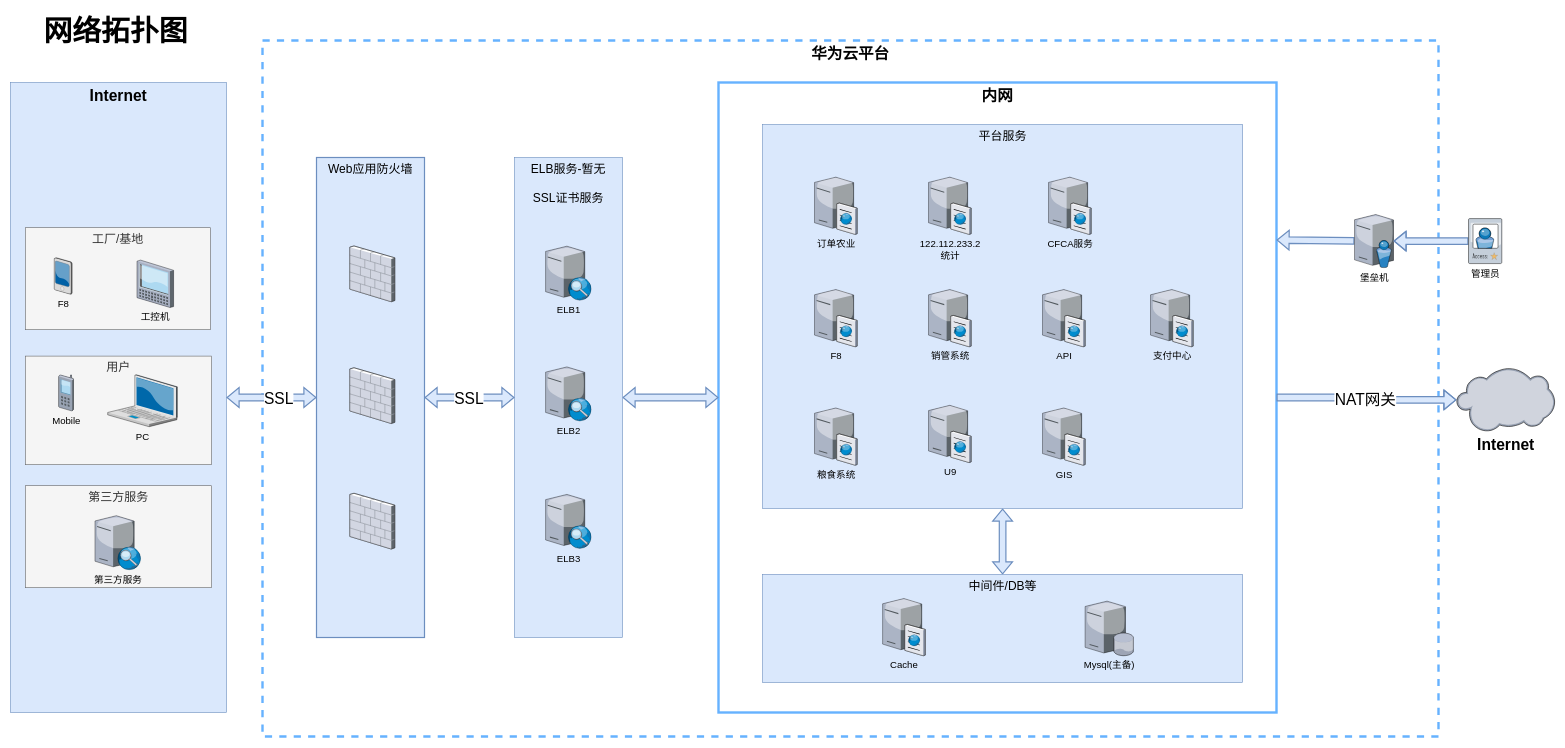
Above: draw.io/网络拓扑.drawio in zhaoshg/markdowns (draw.io), before the change. Source tidied: cells renumbered, new cells numbered last; positions are measured from the earlier drawing's top-left corner, leaving out a move shared by most shapes. Both pictures are drawn from the tidied source at 60%, with x=0, y=0 at pixel (10, 10).
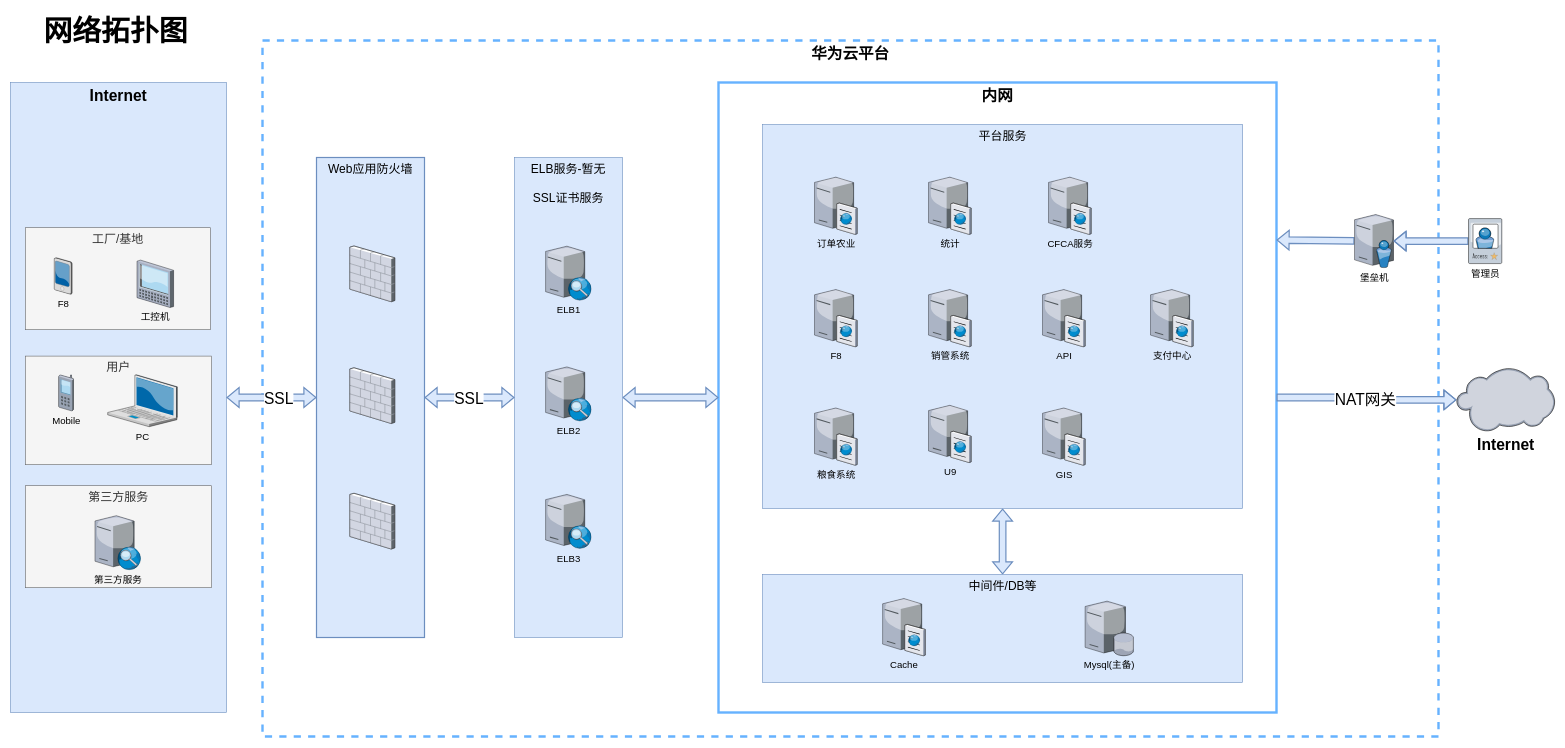
Above is the later version.

The edit, as a diff of the source:
```diff
@@
-    <mxCell id="28" value="122.112.233.2&lt;br style=&quot;font-size: 16px;&quot;&gt;统计" style="verticalLabelPosition=bottom;html=1;verticalAlign=top;strokeColor=none;shape=mxgraph.citrix.cache_server;fillColor=#66B2FF;gradientColor=#0066CC;fontSize=16;labelPosition=center;align=center;" parent="1" vertex="1">
+    <mxCell id="28" value="统计" style="verticalLabelPosition=bottom;html=1;verticalAlign=top;strokeColor=none;shape=mxgraph.citrix.cache_server;fillColor=#66B2FF;gradientColor=#0066CC;fontSize=16;labelPosition=center;align=center;" parent="1" vertex="1">
       <mxGeometry x="1530" y="275.5" width="71" height="97.5" as="geometry" />
     </mxCell>
```
